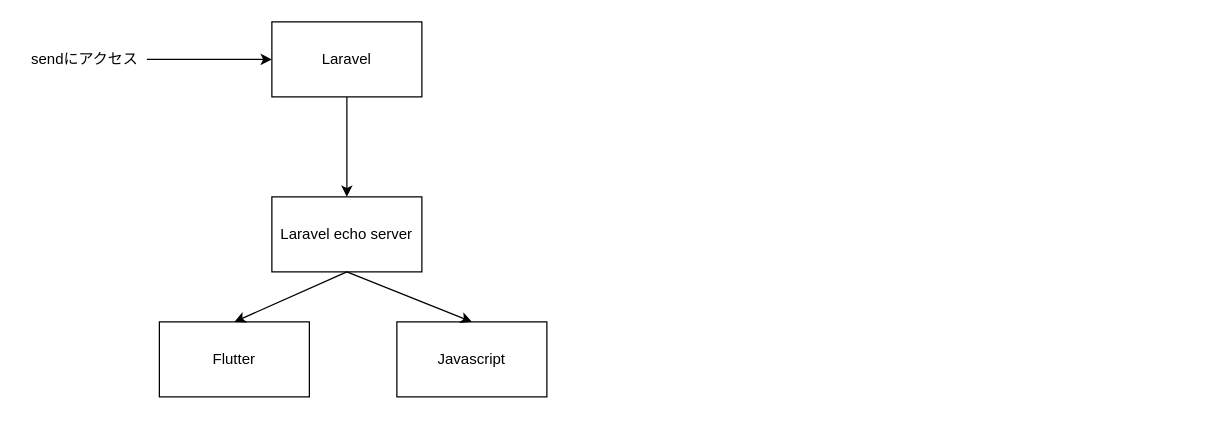
This is webrtc.drawio from takassh/webrtc, a draw.io file, before an edit. Source tidied: cells renumbered, new cells numbered last; positions are measured from the earlier drawing's top-left corner, leaving out a move shared by most shapes. Both pictures are drawn from the tidied source at 125%, with x=0, y=0 at pixel (21, 21).
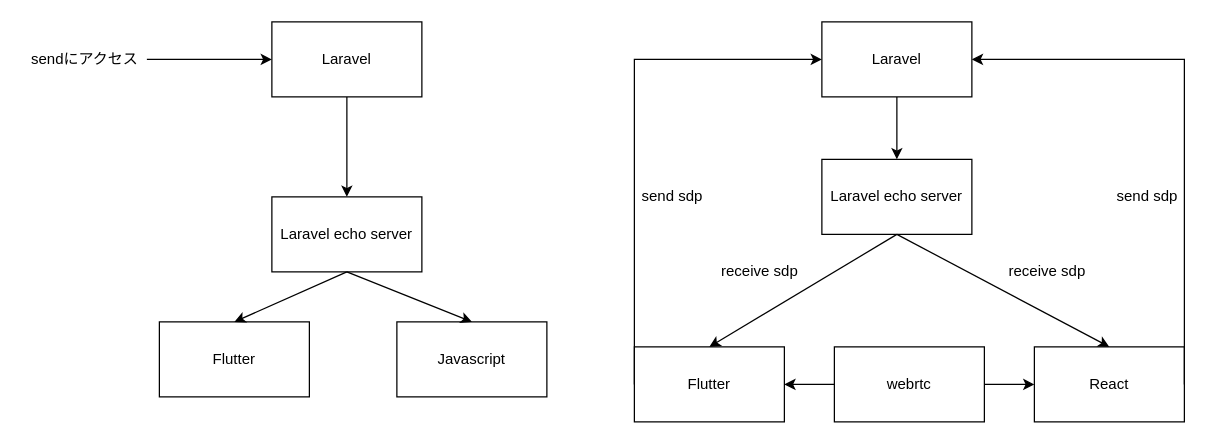
The same diagram, later.

Change to the diagram source:
```diff
@@
+    <mxCell id="11" value="Laravel" style="rounded=0;whiteSpace=wrap;html=1;" parent="1" vertex="1">
+      <mxGeometry x="640" width="120" height="60" as="geometry" />
+    </mxCell>
+    <mxCell id="12" value="Laravel echo server" style="rounded=0;whiteSpace=wrap;html=1;" parent="1" vertex="1">
+      <mxGeometry x="640" y="110" width="120" height="60" as="geometry" />
+    </mxCell>
+    <mxCell id="13" value="React" style="rounded=0;whiteSpace=wrap;html=1;" parent="1" vertex="1">
+      <mxGeometry x="810" y="260" width="120" height="60" as="geometry" />
+    </mxCell>
+    <mxCell id="14" value="Flutter" style="rounded=0;whiteSpace=wrap;html=1;" parent="1" vertex="1">
+      <mxGeometry x="490" y="260" width="120" height="60" as="geometry" />
+    </mxCell>
+    <mxCell id="15" style="endArrow=classic;html=1;rounded=0;exitX=0.5;exitY=1;exitDx=0;exitDy=0;" parent="1" edge="1" source="11" target="12">
+      <mxGeometry relative="1" as="geometry" />
+    </mxCell>
+    <mxCell id="16" style="endArrow=classic;startArrow=classic;html=1;rounded=0;entryX=0;entryY=0.5;entryDx=0;entryDy=0;exitX=1;exitY=0.5;exitDx=0;exitDy=0;" parent="1" edge="1" source="14" target="13">
+      <mxGeometry relative="1" as="geometry" />
+    </mxCell>
+    <mxCell id="17" value="webrtc" style="rounded=0;whiteSpace=wrap;html=1;" parent="1" vertex="1">
+      <mxGeometry x="650" y="260" width="120" height="60" as="geometry" />
+    </mxCell>
+    <mxCell id="18" style="endArrow=classic;html=1;rounded=0;exitX=0.5;exitY=1;exitDx=0;exitDy=0;entryX=0.5;entryY=0;entryDx=0;entryDy=0;" parent="1" edge="1" source="12" target="13">
+      <mxGeometry relative="1" as="geometry" />
+    </mxCell>
+    <mxCell id="19" style="endArrow=classic;html=1;rounded=0;exitX=0.5;exitY=1;exitDx=0;exitDy=0;entryX=0.5;entryY=0;entryDx=0;entryDy=0;" parent="1" edge="1" source="12" target="14">
+      <mxGeometry relative="1" as="geometry" />
+    </mxCell>
+    <mxCell id="20" style="endArrow=classic;html=1;rounded=0;exitX=0;exitY=0.5;exitDx=0;exitDy=0;entryX=0;entryY=0.5;entryDx=0;entryDy=0;" parent="1" edge="1" source="14" target="11">
+      <mxGeometry relative="1" as="geometry">
+        <Array as="points">
+          <mxPoint x="490" y="30" />
+        </Array>
+      </mxGeometry>
+    </mxCell>
+    <mxCell id="21" style="endArrow=classic;html=1;rounded=0;exitX=1;exitY=0.5;exitDx=0;exitDy=0;entryX=1;entryY=0.5;entryDx=0;entryDy=0;" parent="1" edge="1" source="13" target="11">
+      <mxGeometry relative="1" as="geometry">
+        <Array as="points">
+          <mxPoint x="930" y="30" />
+        </Array>
+      </mxGeometry>
+    </mxCell>
+    <mxCell id="22" value="send sdp" style="text;html=1;align=center;verticalAlign=middle;strokeColor=none;fillColor=none;" parent="1" vertex="1">
+      <mxGeometry x="490" y="130" width="60" height="20" as="geometry" />
+    </mxCell>
+    <mxCell id="23" value="send sdp" style="text;html=1;align=center;verticalAlign=middle;strokeColor=none;fillColor=none;" parent="1" vertex="1">
+      <mxGeometry x="870" y="130" width="60" height="20" as="geometry" />
+    </mxCell>
+    <mxCell id="24" value="receive sdp" style="text;html=1;align=center;verticalAlign=middle;strokeColor=none;fillColor=none;" parent="1" vertex="1">
+      <mxGeometry x="550" y="190" width="80" height="20" as="geometry" />
+    </mxCell>
+    <mxCell id="25" value="receive sdp" style="text;html=1;align=center;verticalAlign=middle;strokeColor=none;fillColor=none;" parent="1" vertex="1">
+      <mxGeometry x="780" y="190" width="80" height="20" as="geometry" />
+    </mxCell>
```
